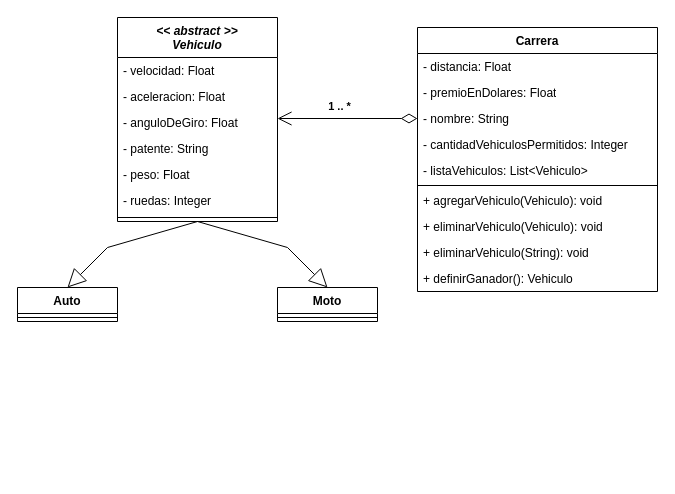
The draw.io diagram 02-MODULE-JAVA/05-EJERCICIOS-INTEGRADORES/dakar/diagrama-clases.drawio in faacosta/IT-BOOTCAMP, before the edit. Source tidied: cells renumbered, new cells numbered last; positions are measured from the earlier drawing's top-left corner, leaving out a move shared by most shapes. Both pictures are drawn from the tidied source at 100%, with x=0, y=0 at pixel (17, 17).
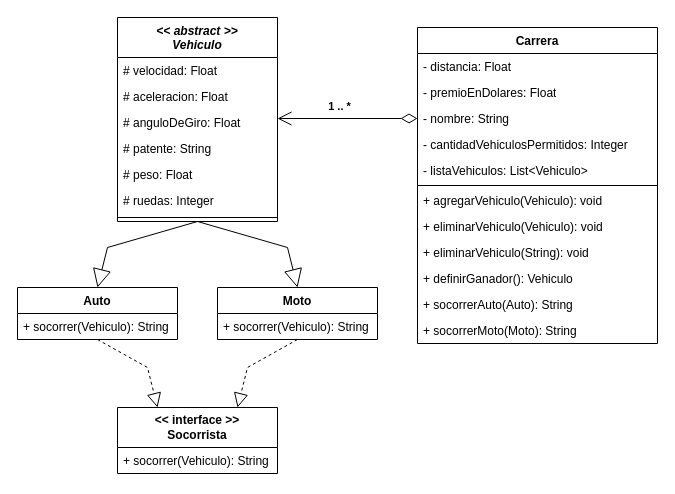
The same page after the edit.

Commit message:
Convierto atributos en protected

Unchanged cells that the change refers to:
```xml
<mxCell id="2" value="&lt;&lt; abstract &gt;&gt;&#10;Vehiculo" style="swimlane;fontStyle=3;align=center;verticalAlign=top;horizontal=1;startSize=40;rounded=0;shadow=0;strokeWidth=1;" parent="1" vertex="1">
  <mxGeometry x="100" width="160" height="204" as="geometry" />
</mxCell>
```

Change to the diagram source:
```diff
@@
-    <mxCell id="3" value="- velocidad: Float" style="text;align=left;verticalAlign=top;spacingLeft=4;spacingRight=4;overflow=hidden;" parent="2" vertex="1">
+    <mxCell id="3" value="# velocidad: Float" style="text;align=left;verticalAlign=top;spacingLeft=4;spacingRight=4;overflow=hidden;" parent="2" vertex="1">
       <mxGeometry y="40" width="160" height="26" as="geometry" />
     </mxCell>
-    <mxCell id="4" value="- aceleracion: Float" style="text;align=left;verticalAlign=top;spacingLeft=4;spacingRight=4;overflow=hidden;" parent="2" vertex="1">
+    <mxCell id="4" value="# aceleracion: Float" style="text;align=left;verticalAlign=top;spacingLeft=4;spacingRight=4;overflow=hidden;" parent="2" vertex="1">
       <mxGeometry y="66" width="160" height="26" as="geometry" />
     </mxCell>
-    <mxCell id="5" value="- anguloDeGiro: Float" style="text;align=left;verticalAlign=top;spacingLeft=4;spacingRight=4;overflow=hidden;" parent="2" vertex="1">
+    <mxCell id="5" value="# anguloDeGiro: Float" style="text;align=left;verticalAlign=top;spacingLeft=4;spacingRight=4;overflow=hidden;" parent="2" vertex="1">
       <mxGeometry y="92" width="160" height="26" as="geometry" />
     </mxCell>
-    <mxCell id="6" value="- patente: String" style="text;align=left;verticalAlign=top;spacingLeft=4;spacingRight=4;overflow=hidden;" parent="2" vertex="1">
+    <mxCell id="6" value="# patente: String" style="text;align=left;verticalAlign=top;spacingLeft=4;spacingRight=4;overflow=hidden;" parent="2" vertex="1">
       <mxGeometry y="118" width="160" height="26" as="geometry" />
     </mxCell>
-    <mxCell id="7" value="- peso: Float" style="text;align=left;verticalAlign=top;spacingLeft=4;spacingRight=4;overflow=hidden;" parent="2" vertex="1">
+    <mxCell id="7" value="# peso: Float" style="text;align=left;verticalAlign=top;spacingLeft=4;spacingRight=4;overflow=hidden;" parent="2" vertex="1">
       <mxGeometry y="144" width="160" height="26" as="geometry" />
     </mxCell>
-    <mxCell id="8" value="- ruedas: Integer" style="text;align=left;verticalAlign=top;spacingLeft=4;spacingRight=4;overflow=hidden;" parent="2" vertex="1">
+    <mxCell id="8" value="# ruedas: Integer" style="text;align=left;verticalAlign=top;spacingLeft=4;spacingRight=4;overflow=hidden;" parent="2" vertex="1">
       <mxGeometry y="170" width="160" height="26" as="geometry" />
     </mxCell>
@@
     <mxCell id="10" value="Carrera" style="swimlane;fontStyle=1;align=center;verticalAlign=top;horizontal=1;startSize=26;whiteSpace=wrap;html=1;" parent="1" vertex="1">
-      <mxGeometry x="400" y="10" width="240" height="264" as="geometry" />
+      <mxGeometry x="400" y="10" width="240" height="316" as="geometry" />
     </mxCell>
@@
+    <mxCell id="29" value="+ socorrerAuto(Auto): String" style="text;strokeColor=none;fillColor=none;align=left;verticalAlign=top;spacingLeft=4;spacingRight=4;overflow=hidden;whiteSpace=wrap;html=1;" parent="10" vertex="1">
+      <mxGeometry y="264" width="240" height="26" as="geometry" />
+    </mxCell>
+    <mxCell id="30" value="+ socorrerMoto(Moto): String" style="text;strokeColor=none;fillColor=none;align=left;verticalAlign=top;spacingLeft=4;spacingRight=4;overflow=hidden;whiteSpace=wrap;html=1;" parent="10" vertex="1">
+      <mxGeometry y="290" width="240" height="26" as="geometry" />
+    </mxCell>
@@
     <mxCell id="23" value="Auto" style="swimlane;fontStyle=1;align=center;verticalAlign=top;horizontal=1;startSize=26;whiteSpace=wrap;html=1;" parent="1" vertex="1">
-      <mxGeometry y="270" width="100" height="34" as="geometry" />
+      <mxGeometry y="270" width="160" height="52" as="geometry" />
     </mxCell>
-    <mxCell id="24" style="line;strokeWidth=1;fillColor=none;align=left;verticalAlign=middle;spacingTop=-1;spacingLeft=3;spacingRight=3;labelPosition=right;strokeColor=inherit;" parent="23" vertex="1">
-      <mxGeometry y="26" width="100" height="8" as="geometry" />
-    </mxCell>
+    <mxCell id="31" value="+ socorrer(Vehiculo): String" style="text;strokeColor=none;fillColor=none;align=left;verticalAlign=top;spacingLeft=4;spacingRight=4;overflow=hidden;whiteSpace=wrap;html=1;" parent="23" vertex="1">
+      <mxGeometry y="26" width="160" height="26" as="geometry" />
+    </mxCell>
     <mxCell id="25" value="Moto" style="swimlane;fontStyle=1;align=center;verticalAlign=top;horizontal=1;startSize=26;whiteSpace=wrap;html=1;" parent="1" vertex="1">
-      <mxGeometry x="260" y="270" width="100" height="34" as="geometry" />
+      <mxGeometry x="200" y="270" width="160" height="52" as="geometry" />
     </mxCell>
-    <mxCell id="26" style="line;strokeWidth=1;fillColor=none;align=left;verticalAlign=middle;spacingTop=-1;spacingLeft=3;spacingRight=3;labelPosition=right;strokeColor=inherit;" parent="25" vertex="1">
-      <mxGeometry y="26" width="100" height="8" as="geometry" />
-    </mxCell>
+    <mxCell id="32" value="+ socorrer(Vehiculo): String" style="text;strokeColor=none;fillColor=none;align=left;verticalAlign=top;spacingLeft=4;spacingRight=4;overflow=hidden;whiteSpace=wrap;html=1;" parent="25" vertex="1">
+      <mxGeometry y="26" width="160" height="26" as="geometry" />
+    </mxCell>
@@
+    <mxCell id="33" value="&lt;div&gt;&lt;b&gt;&amp;lt;&amp;lt; interface &amp;gt;&amp;gt;&lt;/b&gt;&lt;/div&gt;&lt;b&gt;Socorrista&lt;/b&gt;" style="swimlane;fontStyle=0;horizontal=1;startSize=40;fillColor=none;whiteSpace=wrap;html=1;" parent="1" vertex="1">
+      <mxGeometry x="100" y="390" width="160" height="66" as="geometry" />
+    </mxCell>
+    <mxCell id="34" value="+ socorrer(Vehiculo): String" style="text;strokeColor=none;fillColor=none;align=left;verticalAlign=top;spacingLeft=4;spacingRight=4;overflow=hidden;whiteSpace=wrap;html=1;" parent="33" vertex="1">
+      <mxGeometry y="40" width="160" height="26" as="geometry" />
+    </mxCell>
+    <mxCell id="35" style="endArrow=block;dashed=1;endFill=0;endSize=12;html=1;rounded=0;exitX=0.5;exitY=1;exitDx=0;exitDy=0;entryX=0.25;entryY=0;entryDx=0;entryDy=0;" parent="1" edge="1" source="23" target="33">
+      <mxGeometry relative="1" as="geometry">
+        <Array as="points">
+          <mxPoint x="130" y="350" />
+        </Array>
+      </mxGeometry>
+    </mxCell>
+    <mxCell id="36" style="endArrow=block;dashed=1;endFill=0;endSize=12;html=1;rounded=0;exitX=0.5;exitY=1;exitDx=0;exitDy=0;entryX=0.75;entryY=0;entryDx=0;entryDy=0;" parent="1" edge="1" source="25" target="33">
+      <mxGeometry relative="1" as="geometry">
+        <Array as="points">
+          <mxPoint x="230" y="350" />
+        </Array>
+      </mxGeometry>
+    </mxCell>
```
